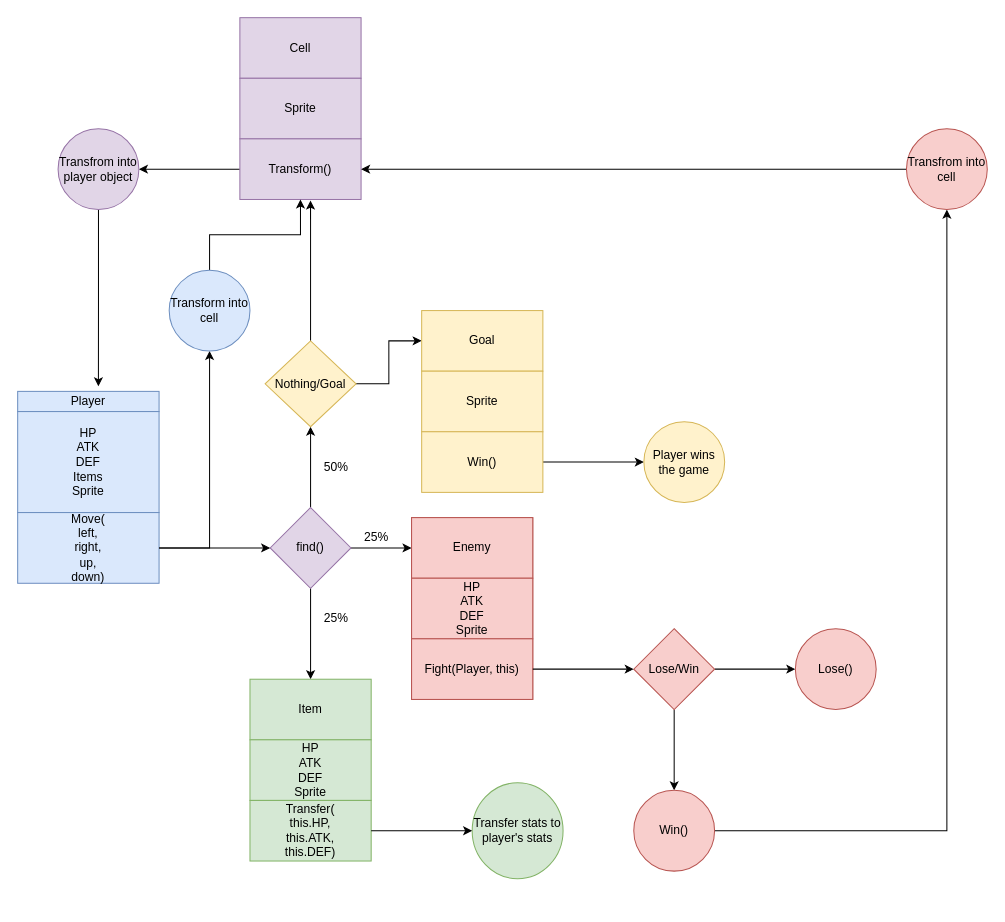
The draw.io diagram Untitled Diagram.drawio in bombasticman/rpgGame, before the edit. Source tidied: cells renumbered, new cells numbered last; positions are measured from the earlier drawing's top-left corner, leaving out a move shared by most shapes. Both pictures are drawn from the tidied source at 101%, with x=0, y=0 at pixel (17, 17).
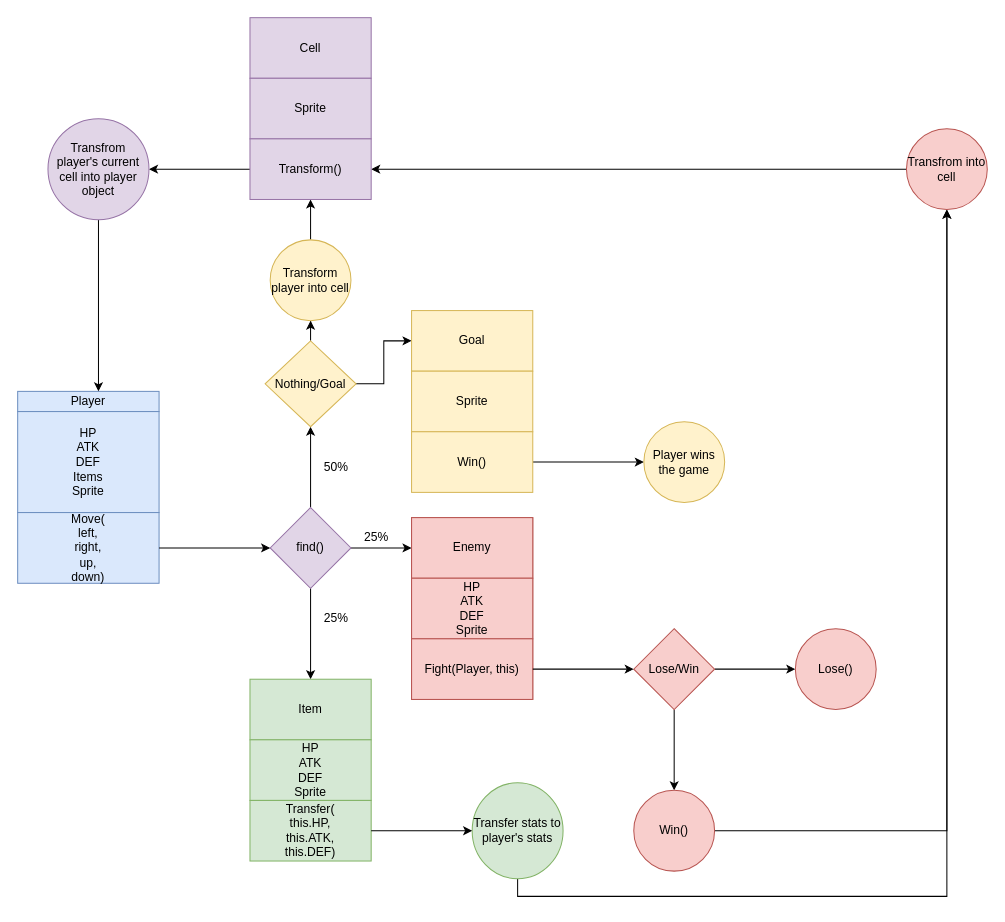
Above is the later version.

Unchanged cells that the change refers to:
```xml
<mxCell id="3" value="Player" style="rounded=0;whiteSpace=wrap;html=1;align=center;fillColor=#dae8fc;strokeColor=#6c8ebf;" parent="2" vertex="1">
  <mxGeometry width="140" height="20" as="geometry" />
</mxCell>
<mxCell id="5" value="Move(&lt;br&gt;left,&lt;br&gt;right,&lt;br&gt;up,&lt;br&gt;down)" style="rounded=0;whiteSpace=wrap;html=1;fillColor=#dae8fc;strokeColor=#6c8ebf;" parent="2" vertex="1">
  <mxGeometry y="120" width="140" height="70" as="geometry" />
</mxCell>
<mxCell id="13" value="Nothing/Goal" style="rhombus;whiteSpace=wrap;html=1;rounded=0;direction=south;fillColor=#fff2cc;strokeColor=#d6b656;" parent="1" vertex="1">
  <mxGeometry x="245" y="320" width="90" height="85" as="geometry" />
</mxCell>
<mxCell id="27" value="Transfer stats to player's stats" style="ellipse;whiteSpace=wrap;html=1;fillColor=#d5e8d4;strokeColor=#82b366;rounded=0;" parent="1" vertex="1">
  <mxGeometry x="450" y="757.5" width="90" height="95" as="geometry" />
</mxCell>
```

Diff of the diagram source:
```diff
@@
-    <mxCell id="12" style="edgeStyle=orthogonalEdgeStyle;rounded=0;jettySize=auto;html=1;exitX=0;exitY=0.5;exitDx=0;exitDy=0;entryX=0.583;entryY=1.017;entryDx=0;entryDy=0;entryPerimeter=0;" parent="1" edge="1" source="13" target="42">
-      <mxGeometry relative="1" as="geometry" />
-    </mxCell>
+    <mxCell id="50" style="edgeStyle=orthogonalEdgeStyle;rounded=0;jettySize=auto;html=1;" parent="1" edge="1" source="13" target="53">
+      <mxGeometry relative="1" as="geometry" />
+    </mxCell>
@@
-    <mxCell id="25" value="Goal" style="whiteSpace=wrap;html=1;rounded=0;fillColor=#fff2cc;strokeColor=#d6b656;" parent="1" vertex="1">
-      <mxGeometry x="400" y="290" width="120" height="60" as="geometry" />
-    </mxCell>
-    <mxCell id="26" value="Sprite" style="rounded=0;whiteSpace=wrap;html=1;glass=0;fillColor=#fff2cc;strokeColor=#d6b656;" parent="1" vertex="1">
-      <mxGeometry x="400" y="350" width="120" height="60" as="geometry" />
-    </mxCell>
+    <mxCell id="51" style="edgeStyle=orthogonalEdgeStyle;rounded=0;jettySize=auto;html=1;entryX=0.5;entryY=1;entryDx=0;entryDy=0;" parent="1" edge="1" source="27" target="49">
+      <mxGeometry relative="1" as="geometry">
+        <Array as="points">
+          <mxPoint x="495" y="870" />
+          <mxPoint x="920" y="870" />
+        </Array>
+      </mxGeometry>
+    </mxCell>
@@
-    <mxCell id="30" value="Win()" style="rounded=0;whiteSpace=wrap;html=1;glass=0;fillColor=#fff2cc;strokeColor=#d6b656;" parent="1" vertex="1">
-      <mxGeometry x="400" y="410" width="120" height="60" as="geometry" />
-    </mxCell>
@@
+    <mxCell id="41" style="edgeStyle=orthogonalEdgeStyle;rounded=0;jettySize=auto;html=1;" parent="1" edge="1" source="42" target="44">
+      <mxGeometry relative="1" as="geometry">
+        <Array as="points">
+          <mxPoint x="160" y="150" />
+          <mxPoint x="160" y="150" />
+        </Array>
+      </mxGeometry>
+    </mxCell>
+    <mxCell id="43" style="edgeStyle=orthogonalEdgeStyle;rounded=0;jettySize=auto;html=1;" parent="1" edge="1" source="44">
+      <mxGeometry relative="1" as="geometry">
+        <mxPoint x="80" y="370" as="targetPoint" />
+        <Array as="points">
+          <mxPoint x="80" y="240" />
+        </Array>
+      </mxGeometry>
+    </mxCell>
+    <mxCell id="44" value="Transfrom player's current cell into player object" style="ellipse;whiteSpace=wrap;html=1;fillColor=#e1d5e7;strokeColor=#9673a6;rounded=0;glass=0;" parent="1" vertex="1">
+      <mxGeometry x="30" y="100" width="100" height="100" as="geometry" />
+    </mxCell>
+    <mxCell id="48" style="edgeStyle=orthogonalEdgeStyle;rounded=0;jettySize=auto;html=1;entryX=1;entryY=0.5;entryDx=0;entryDy=0;" parent="1" edge="1" source="49" target="42">
+      <mxGeometry relative="1" as="geometry" />
+    </mxCell>
+    <mxCell id="49" value="Transfrom into cell" style="ellipse;whiteSpace=wrap;html=1;fillColor=#f8cecc;strokeColor=#b85450;rounded=0;" parent="1" vertex="1">
+      <mxGeometry x="880" y="110" width="80" height="80" as="geometry" />
+    </mxCell>
+    <mxCell id="52" style="edgeStyle=orthogonalEdgeStyle;rounded=0;jettySize=auto;html=1;" parent="1" edge="1" source="53" target="42">
+      <mxGeometry relative="1" as="geometry" />
+    </mxCell>
+    <mxCell id="53" value="Transform player into cell" style="ellipse;whiteSpace=wrap;html=1;fillColor=#fff2cc;strokeColor=#d6b656;rounded=0;" parent="1" vertex="1">
+      <mxGeometry x="250" y="220" width="80" height="80" as="geometry" />
+    </mxCell>
+    <mxCell id="54" style="group;" parent="1" vertex="1">
+      <mxGeometry x="230" width="120" height="180" as="geometry" />
+    </mxCell>
-    <mxCell id="39" value="Cell" style="rounded=0;whiteSpace=wrap;html=1;glass=0;fillColor=#e1d5e7;strokeColor=#9673a6;" parent="1" vertex="1">
-      <mxGeometry x="220" width="120" height="60" as="geometry" />
+    <mxCell id="39" value="Cell" style="rounded=0;whiteSpace=wrap;html=1;glass=0;fillColor=#e1d5e7;strokeColor=#9673a6;" parent="54" vertex="1">
+      <mxGeometry width="120" height="60" as="geometry" />
     </mxCell>
-    <mxCell id="40" value="Sprite" style="rounded=0;whiteSpace=wrap;html=1;glass=0;fillColor=#e1d5e7;strokeColor=#9673a6;" parent="1" vertex="1">
-      <mxGeometry x="220" y="60" width="120" height="60" as="geometry" />
+    <mxCell id="40" value="Sprite" style="rounded=0;whiteSpace=wrap;html=1;glass=0;fillColor=#e1d5e7;strokeColor=#9673a6;" parent="54" vertex="1">
+      <mxGeometry y="60" width="120" height="60" as="geometry" />
     </mxCell>
-    <mxCell id="41" style="edgeStyle=orthogonalEdgeStyle;rounded=0;jettySize=auto;html=1;" parent="1" edge="1" source="42" target="44">
-      <mxGeometry relative="1" as="geometry" />
-    </mxCell>
-    <mxCell id="42" value="Transform()" style="rounded=0;whiteSpace=wrap;html=1;glass=0;fillColor=#e1d5e7;strokeColor=#9673a6;" parent="1" vertex="1">
-      <mxGeometry x="220" y="120" width="120" height="60" as="geometry" />
+    <mxCell id="42" value="Transform()" style="rounded=0;whiteSpace=wrap;html=1;glass=0;fillColor=#e1d5e7;strokeColor=#9673a6;" parent="54" vertex="1">
+      <mxGeometry y="120" width="120" height="60" as="geometry" />
     </mxCell>
-    <mxCell id="43" style="edgeStyle=orthogonalEdgeStyle;rounded=0;jettySize=auto;html=1;entryX=0.571;entryY=-0.25;entryDx=0;entryDy=0;entryPerimeter=0;" parent="1" edge="1" source="44" target="3">
-      <mxGeometry relative="1" as="geometry" />
-    </mxCell>
-    <mxCell id="44" value="Transfrom into player object" style="ellipse;whiteSpace=wrap;html=1;fillColor=#e1d5e7;strokeColor=#9673a6;rounded=0;glass=0;" parent="1" vertex="1">
-      <mxGeometry x="40" y="110" width="80" height="80" as="geometry" />
-    </mxCell>
-    <mxCell id="45" style="edgeStyle=orthogonalEdgeStyle;rounded=0;jettySize=auto;html=1;" parent="1" edge="1" source="5" target="47">
-      <mxGeometry relative="1" as="geometry" />
-    </mxCell>
-    <mxCell id="46" style="edgeStyle=orthogonalEdgeStyle;rounded=0;jettySize=auto;html=1;" parent="1" edge="1" source="47" target="42">
-      <mxGeometry relative="1" as="geometry" />
-    </mxCell>
-    <mxCell id="47" value="Transform into cell" style="ellipse;whiteSpace=wrap;html=1;glass=0;fillColor=#dae8fc;strokeColor=#6c8ebf;" parent="1" vertex="1">
-      <mxGeometry x="150" y="250" width="80" height="80" as="geometry" />
-    </mxCell>
-    <mxCell id="48" style="edgeStyle=orthogonalEdgeStyle;rounded=0;jettySize=auto;html=1;entryX=1;entryY=0.5;entryDx=0;entryDy=0;" parent="1" edge="1" source="49" target="42">
-      <mxGeometry relative="1" as="geometry" />
-    </mxCell>
-    <mxCell id="49" value="Transfrom into cell" style="ellipse;whiteSpace=wrap;html=1;fillColor=#f8cecc;strokeColor=#b85450;rounded=0;" parent="1" vertex="1">
-      <mxGeometry x="880" y="110" width="80" height="80" as="geometry" />
-    </mxCell>
+    <mxCell id="55" style="group;" parent="1" vertex="1">
+      <mxGeometry x="390" y="290" width="120" height="180" as="geometry" />
+    </mxCell>
+    <mxCell id="25" value="Goal" style="whiteSpace=wrap;html=1;rounded=0;fillColor=#fff2cc;strokeColor=#d6b656;" parent="55" vertex="1">
+      <mxGeometry width="120" height="60" as="geometry" />
+    </mxCell>
+    <mxCell id="26" value="Sprite" style="rounded=0;whiteSpace=wrap;html=1;glass=0;fillColor=#fff2cc;strokeColor=#d6b656;" parent="55" vertex="1">
+      <mxGeometry y="60" width="120" height="60" as="geometry" />
+    </mxCell>
+    <mxCell id="30" value="Win()" style="rounded=0;whiteSpace=wrap;html=1;glass=0;fillColor=#fff2cc;strokeColor=#d6b656;" parent="55" vertex="1">
+      <mxGeometry y="120" width="120" height="60" as="geometry" />
+    </mxCell>
```
